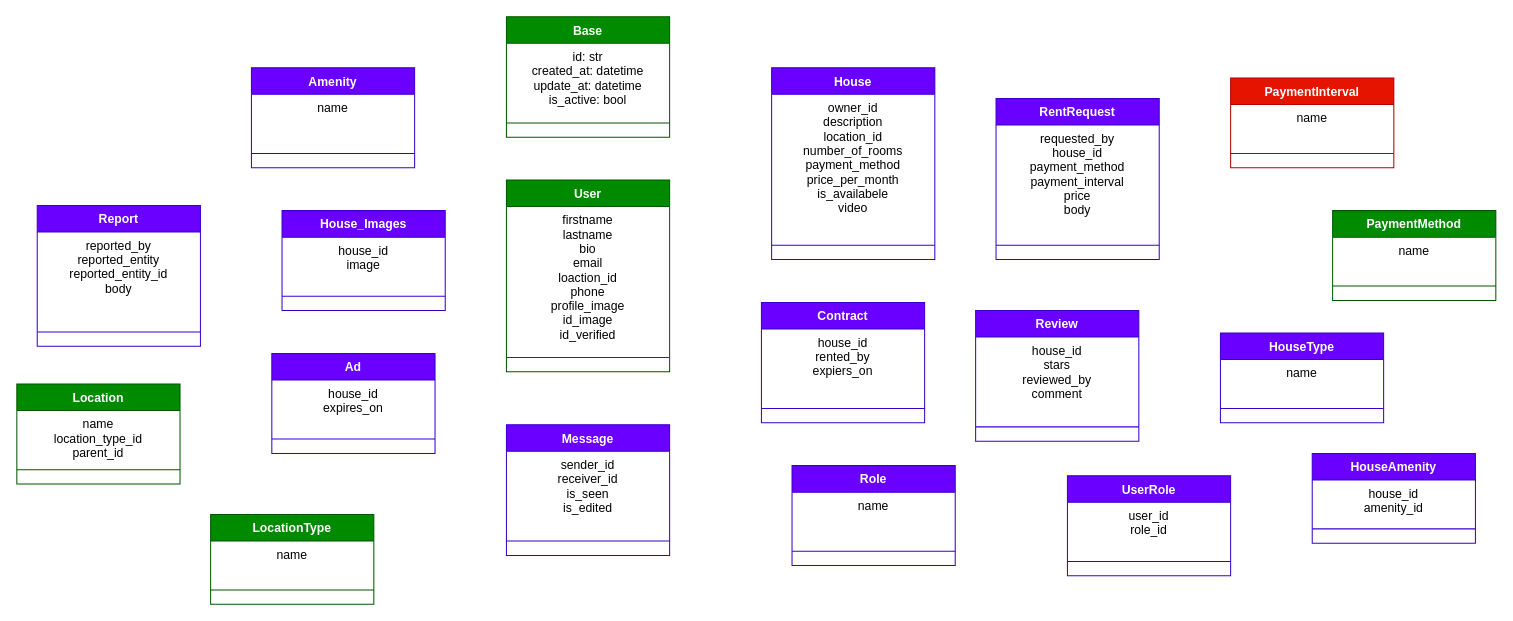
This is RentBridge/rentbridge-db.dio from MicrQ/100DaysOfDjango, a draw.io file, before an edit. Source tidied: cells renumbered, new cells numbered last; positions are measured from the earlier drawing's top-left corner, leaving out a move shared by most shapes. Both pictures are drawn from the tidied source at 102%, with x=0, y=0 at pixel (16, 16).
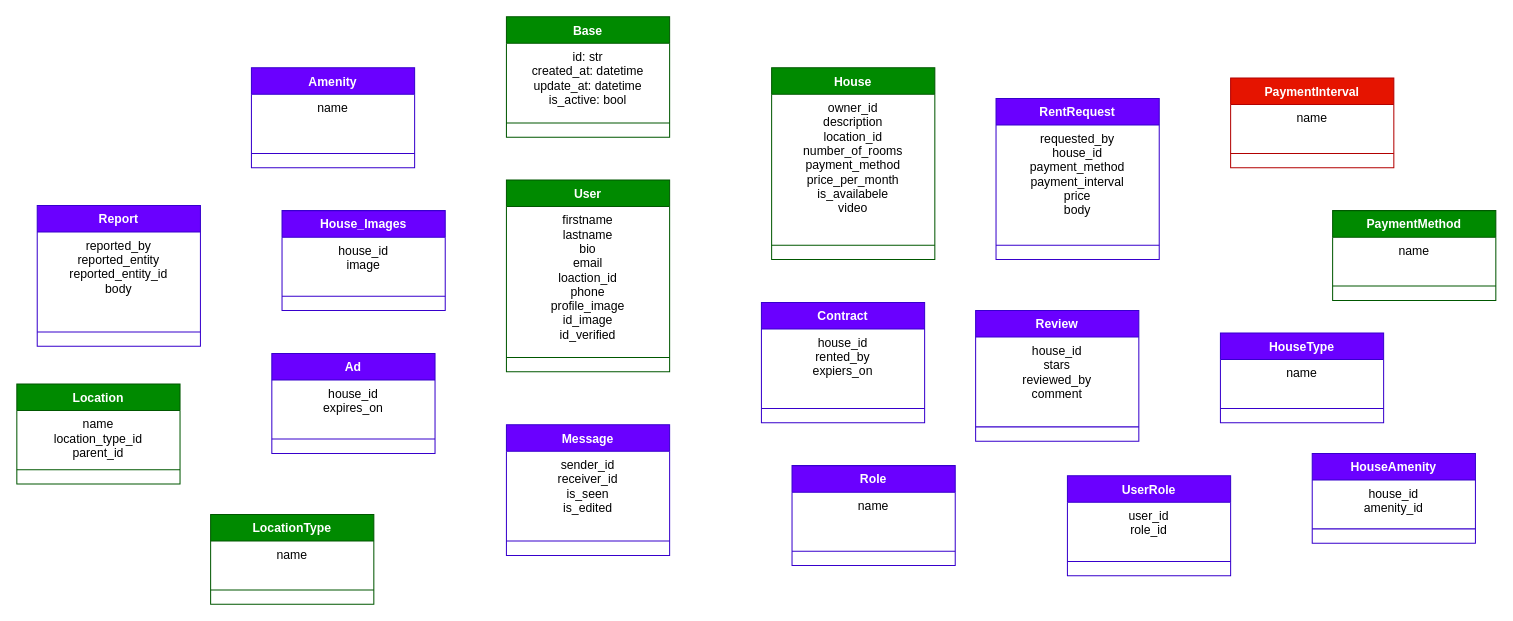
The same page after the edit.

What changed in the source:
```diff
@@
-    <mxCell id="8" value="House" style="swimlane;fontStyle=1;align=center;verticalAlign=top;horizontal=1;startSize=26;fillColor=#6a00ff;fontColor=#ffffff;strokeColor=#3700CC;" parent="1" vertex="1">
+    <mxCell id="8" value="House" style="swimlane;fontStyle=1;align=center;verticalAlign=top;horizontal=1;startSize=26;fillColor=#008a00;fontColor=#ffffff;strokeColor=#005700;" parent="1" vertex="1">
       <mxGeometry x="740" y="50" width="160" height="188" as="geometry" />
     </mxCell>
```
